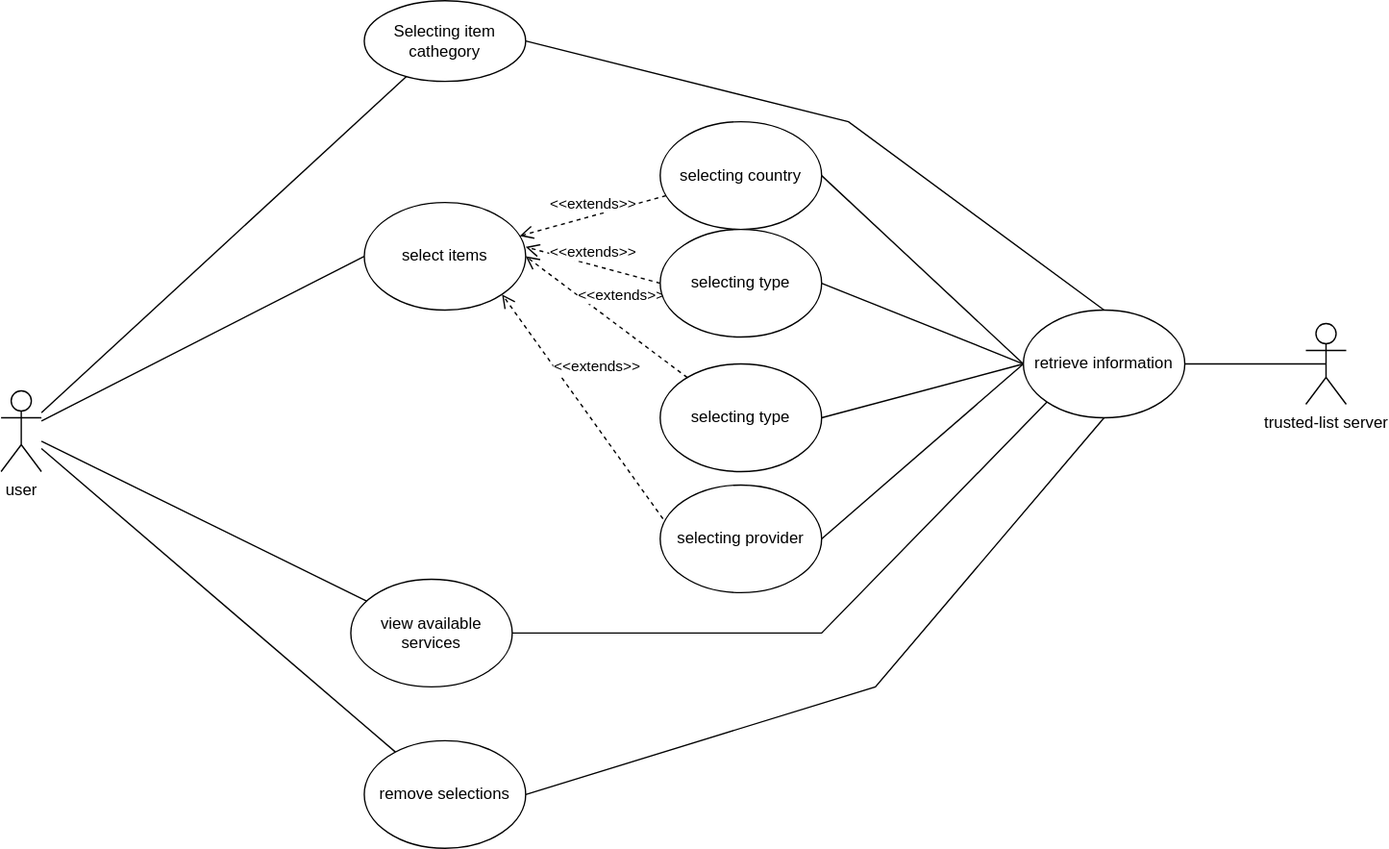
Above: documentation/requirements/use_cases_diagram.svg in Geostartico/Trusted-list-browser (draw.io), before the change. Source tidied: cells renumbered, new cells last; positions are measured from the earlier drawing's top-left corner, leaving out a move shared by most shapes.
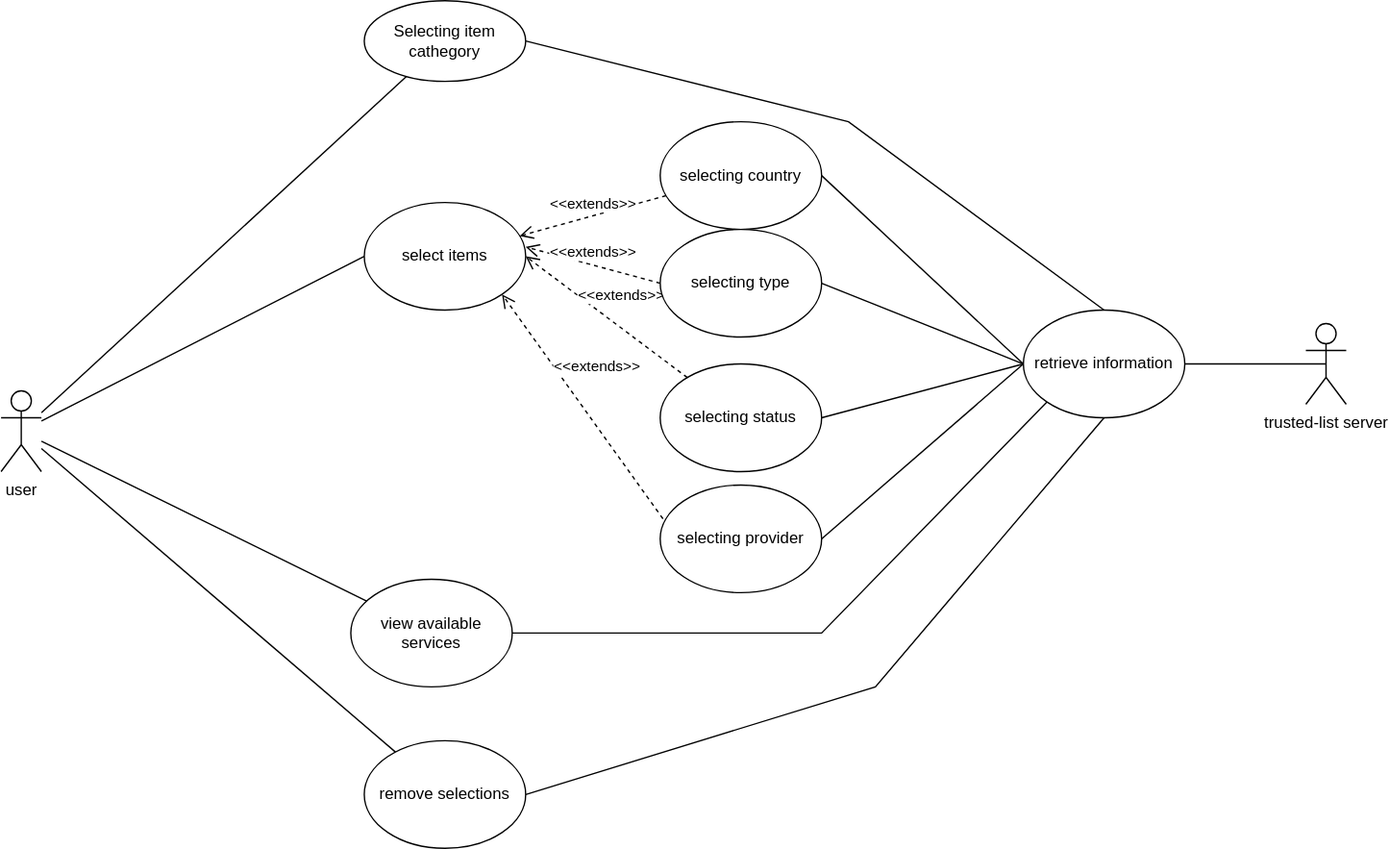
The same diagram one commit later.

Diff of the diagram source:
```diff
@@ -20,7 +20,7 @@
     <mxCell id="7" value="selecting country" style="ellipse;whiteSpace=wrap;html=1;" parent="1" vertex="1">
       <mxGeometry x="490" y="90" width="120" height="80" as="geometry" />
     </mxCell>
-    <mxCell id="8" value="selecting type" style="ellipse;whiteSpace=wrap;html=1;" parent="1" vertex="1">
+    <mxCell id="8" value="&lt;div&gt;selecting status&lt;/div&gt;" style="ellipse;whiteSpace=wrap;html=1;" parent="1" vertex="1">
       <mxGeometry x="490" y="270" width="120" height="80" as="geometry" />
     </mxCell>
     <mxCell id="9" value="selecting provider" style="ellipse;whiteSpace=wrap;html=1;" parent="1" vertex="1">
```
